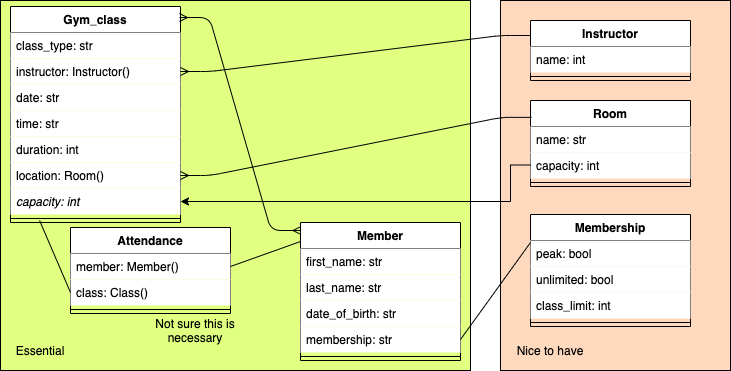
Above: gym_class_diagram.png in StuMcA/gym_member_app (draw.io), before the change. Source tidied: cells renumbered, new cells last; positions are measured from the earlier drawing's top-left corner, leaving out a move shared by most shapes.
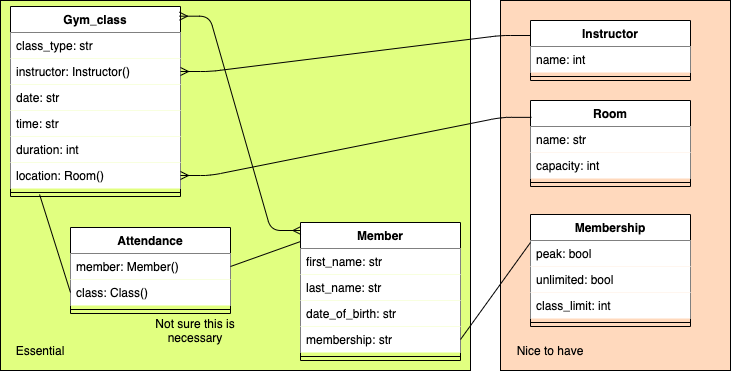
Above is the later version.

What changed in the source:
```diff
@@ -9,7 +9,7 @@
       <mxGeometry width="470" height="370" as="geometry" />
     </mxCell>
     <mxCell id="4" value="Gym_class" style="swimlane;fontStyle=1;align=center;verticalAlign=top;horizontal=1;startSize=26;" parent="1" vertex="1">
-      <mxGeometry x="10" y="6" width="170" height="216" as="geometry" />
+      <mxGeometry x="10" y="6" width="170" height="190" as="geometry" />
     </mxCell>
     <mxCell id="5" value="class_type: str" style="text;strokeColor=none;fillColor=#FFFFFF;align=left;verticalAlign=top;spacingLeft=4;spacingRight=4;overflow=hidden;" parent="4" vertex="1">
       <mxGeometry y="26" width="170" height="26" as="geometry" />
@@ -29,11 +29,8 @@
     <mxCell id="10" value="location: Room()" style="text;strokeColor=none;fillColor=#FFFFFF;align=left;verticalAlign=top;spacingLeft=4;spacingRight=4;overflow=hidden;points=[[0,0.5],[1,0.5]];portConstraint=eastwest;" parent="4" vertex="1">
       <mxGeometry y="156" width="170" height="26" as="geometry" />
     </mxCell>
-    <mxCell id="11" value="capacity: int" style="text;strokeColor=none;fillColor=#FFFFFF;align=left;verticalAlign=top;spacingLeft=4;spacingRight=4;overflow=hidden;points=[[0,0.5],[1,0.5]];portConstraint=eastwest;fontStyle=2;" parent="4" vertex="1">
-      <mxGeometry y="182" width="170" height="26" as="geometry" />
-    </mxCell>
     <mxCell id="12" style="line;strokeWidth=1;fillColor=#FFFFFF;align=left;verticalAlign=middle;spacingTop=-1;spacingLeft=3;spacingRight=3;labelPosition=right;points=[];portConstraint=eastwest;" parent="4" vertex="1">
-      <mxGeometry y="208" width="170" height="8" as="geometry" />
+      <mxGeometry y="182" width="170" height="8" as="geometry" />
     </mxCell>
     <mxCell id="13" value="Member" style="swimlane;fontStyle=1;align=center;verticalAlign=top;horizontal=1;startSize=26;" parent="1" vertex="1">
       <mxGeometry x="300" y="222" width="160" height="138" as="geometry" />
@@ -74,14 +71,6 @@
     <mxCell id="25" style="line;strokeWidth=1;fillColor=none;align=left;verticalAlign=middle;spacingTop=-1;spacingLeft=3;spacingRight=3;labelPosition=right;" parent="22" vertex="1">
       <mxGeometry y="78" width="160" height="8" as="geometry" />
     </mxCell>
-    <mxCell id="26" style="edgeStyle=orthogonalEdgeStyle;rounded=0;jettySize=auto;html=1;entryX=1;entryY=0.5;entryDx=0;entryDy=0;exitX=0;exitY=0.75;exitDx=0;exitDy=0;" parent="1" edge="1" source="22" target="11">
-      <mxGeometry relative="1" as="geometry">
-        <Array as="points">
-          <mxPoint x="510" y="165" />
-          <mxPoint x="510" y="201" />
-        </Array>
-      </mxGeometry>
-    </mxCell>
     <mxCell id="27" value="Essential" style="text;html=1;strokeColor=none;fillColor=none;align=center;verticalAlign=middle;whiteSpace=wrap;rounded=0;" parent="1" vertex="1">
       <mxGeometry x="20" y="340" width="40" height="20" as="geometry" />
     </mxCell>
```
